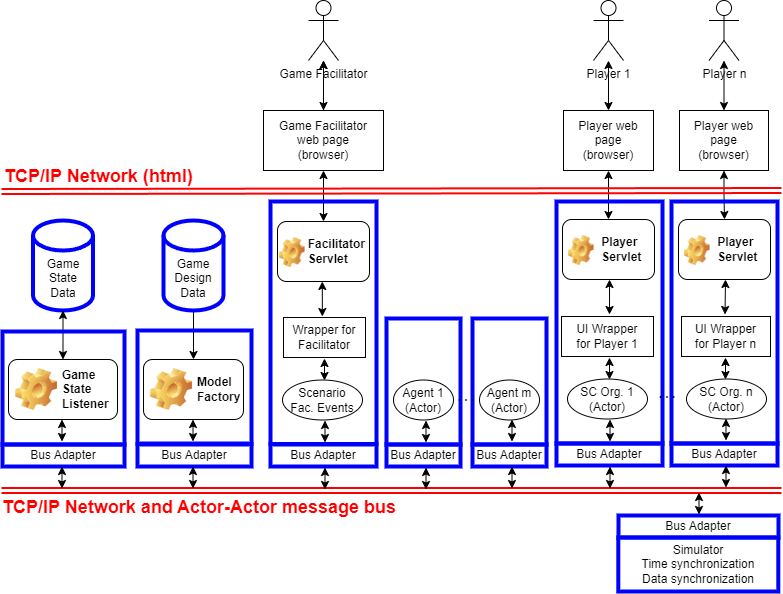
averbraeck/gscg-design keeps this draw.io diagram as doc/6-intergration/diagrams/central-simulation-model-distributed.png. Above is the earlier version. Source tidied: cells renumbered, new cells last; positions are measured from the earlier drawing's top-left corner, leaving out a move shared by most shapes.
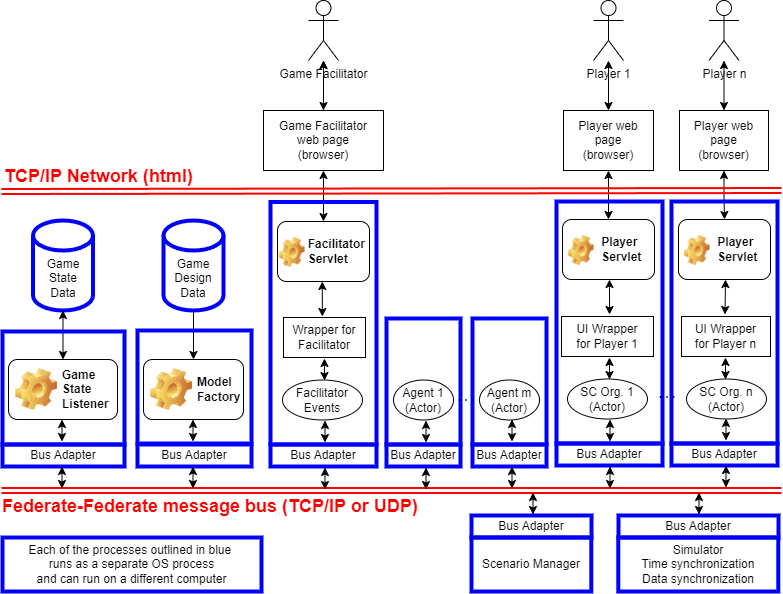
Later version of the same file.

Commit message:
New distributed figure: scenario manager separated from facilitator

The edit, as a diff of the source:
```diff
@@ -140,7 +140,7 @@
         <mxPoint x="324.5" y="442" as="targetPoint" />
       </mxGeometry>
     </mxCell>
-    <mxCell id="38" value="Scenario&lt;br&gt;Fac. Events" style="ellipse;whiteSpace=wrap;html=1;" parent="1" vertex="1">
+    <mxCell id="38" value="Facilitator&lt;div&gt;Events&lt;/div&gt;" style="ellipse;whiteSpace=wrap;html=1;" parent="1" vertex="1">
       <mxGeometry x="282" y="379.5" width="80" height="40" as="geometry" />
     </mxCell>
     <mxCell id="39" style="edgeStyle=orthogonalEdgeStyle;rounded=0;orthogonalLoop=1;jettySize=auto;html=1;startArrow=classic;startFill=1;" parent="1" edge="1">
@@ -156,7 +156,7 @@
       <mxGeometry x="472" y="318" width="74" height="126" as="geometry" />
     </mxCell>
     <mxCell id="42" style="rounded=0;whiteSpace=wrap;html=1;strokeWidth=4;strokeColor=#0000FF;fillColor=none;" parent="1" vertex="1">
-      <mxGeometry x="270" y="201" width="106" height="242.5" as="geometry" />
+      <mxGeometry x="270" y="201.5" width="106" height="242.5" as="geometry" />
     </mxCell>
     <mxCell id="43" style="rounded=0;whiteSpace=wrap;html=1;strokeWidth=4;strokeColor=#0000FF;fillColor=none;" parent="1" vertex="1">
       <mxGeometry x="556" y="201" width="106" height="242" as="geometry" />
@@ -188,8 +188,8 @@
         <mxPoint x="781" y="490" as="targetPoint" />
       </mxGeometry>
     </mxCell>
-    <mxCell id="52" value="TCP/IP Network and Actor-Actor message bus" style="text;html=1;align=left;verticalAlign=middle;whiteSpace=wrap;rounded=0;fontSize=18;fontStyle=1;fontColor=#FF0000;" parent="1" vertex="1">
-      <mxGeometry y="492" width="404" height="30" as="geometry" />
+    <mxCell id="52" value="Federate-Federate message bus (TCP/IP or UDP)" style="text;html=1;align=left;verticalAlign=middle;whiteSpace=wrap;rounded=0;fontSize=18;fontStyle=1;fontColor=#FF0000;" parent="1" vertex="1">
+      <mxGeometry y="491" width="421" height="30" as="geometry" />
     </mxCell>
     <mxCell id="53" style="edgeStyle=orthogonalEdgeStyle;rounded=0;orthogonalLoop=1;jettySize=auto;html=1;startArrow=classic;startFill=1;" parent="1" edge="1">
       <mxGeometry relative="1" as="geometry">
@@ -299,5 +299,20 @@
     <mxCell id="77" value=". . ." style="text;html=1;align=center;verticalAlign=middle;whiteSpace=wrap;rounded=0;fontStyle=1;" parent="1" vertex="1">
       <mxGeometry x="436" y="381.5" width="60" height="30" as="geometry" />
     </mxCell>
+    <mxCell id="78" value="Bus Adapter" style="rounded=0;whiteSpace=wrap;html=1;strokeWidth=4;strokeColor=#0000FF;fillColor=none;" parent="1" vertex="1">
+      <mxGeometry x="471" y="515" width="120" height="22" as="geometry" />
+    </mxCell>
+    <mxCell id="79" style="edgeStyle=orthogonalEdgeStyle;rounded=0;orthogonalLoop=1;jettySize=auto;html=1;startArrow=classic;startFill=1;" parent="1" edge="1">
+      <mxGeometry relative="1" as="geometry">
+        <mxPoint x="532.5" y="492" as="sourcePoint" />
+        <mxPoint x="532.5" y="514" as="targetPoint" />
+      </mxGeometry>
+    </mxCell>
+    <mxCell id="80" value="Scenario Manager" style="rounded=0;whiteSpace=wrap;html=1;strokeWidth=4;strokeColor=#0000FF;fillColor=none;" parent="1" vertex="1">
+      <mxGeometry x="471" y="537" width="119.8" height="54" as="geometry" />
+    </mxCell>
+    <mxCell id="81" value="Each of the processes outlined in blue&amp;nbsp;&lt;br&gt;runs as a separate OS process &lt;br&gt;and can run on a different computer" style="rounded=0;whiteSpace=wrap;html=1;strokeWidth=4;strokeColor=#0000FF;fillColor=none;" parent="1" vertex="1">
+      <mxGeometry x="2" y="537" width="259" height="54" as="geometry" />
+    </mxCell>
   </root>
 </mxGraphModel>
```
